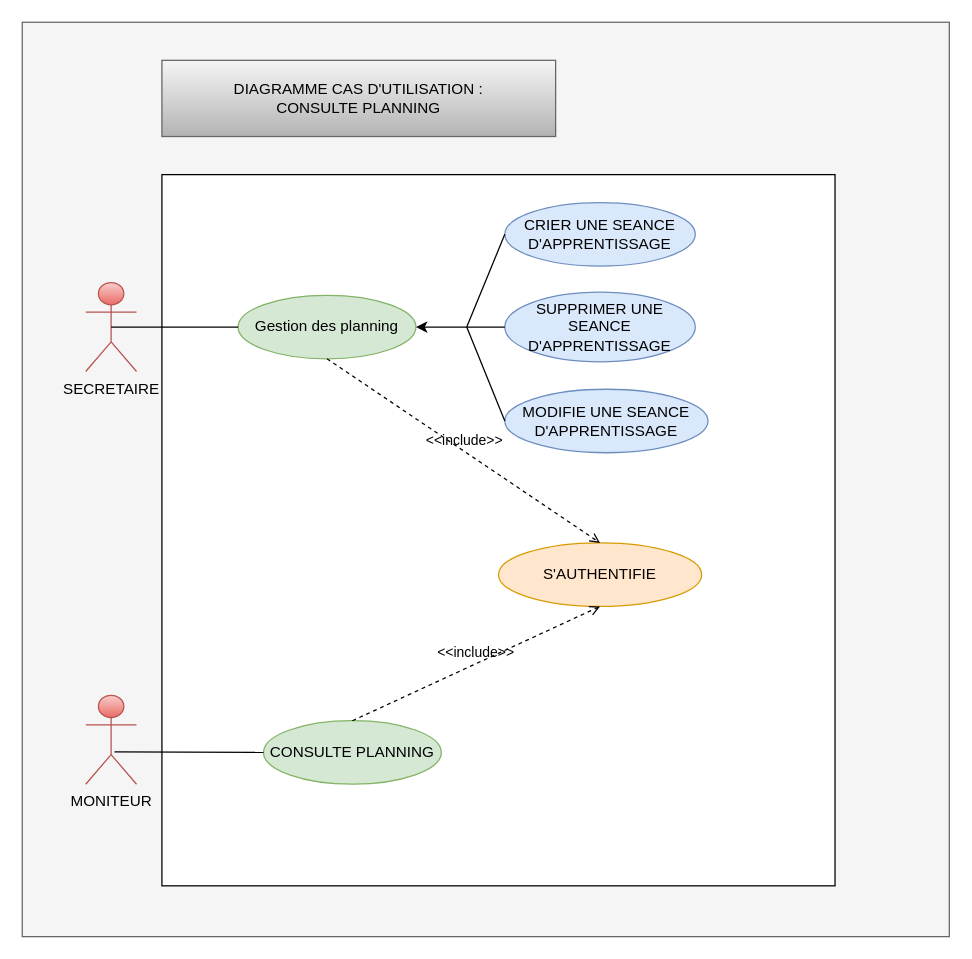
Earlier version of the draw.io diagram Diagrams/hamid-final/drawio/d-cas-utilisation-Gestion des planning.drawio (Anesouali007/AutoSchool-Manager). Source tidied: cells renumbered, new cells numbered last; positions are measured from the earlier drawing's top-left corner, leaving out a move shared by most shapes. Both pictures are drawn from the tidied source at 127%, with x=0, y=0 at pixel (22, 22).
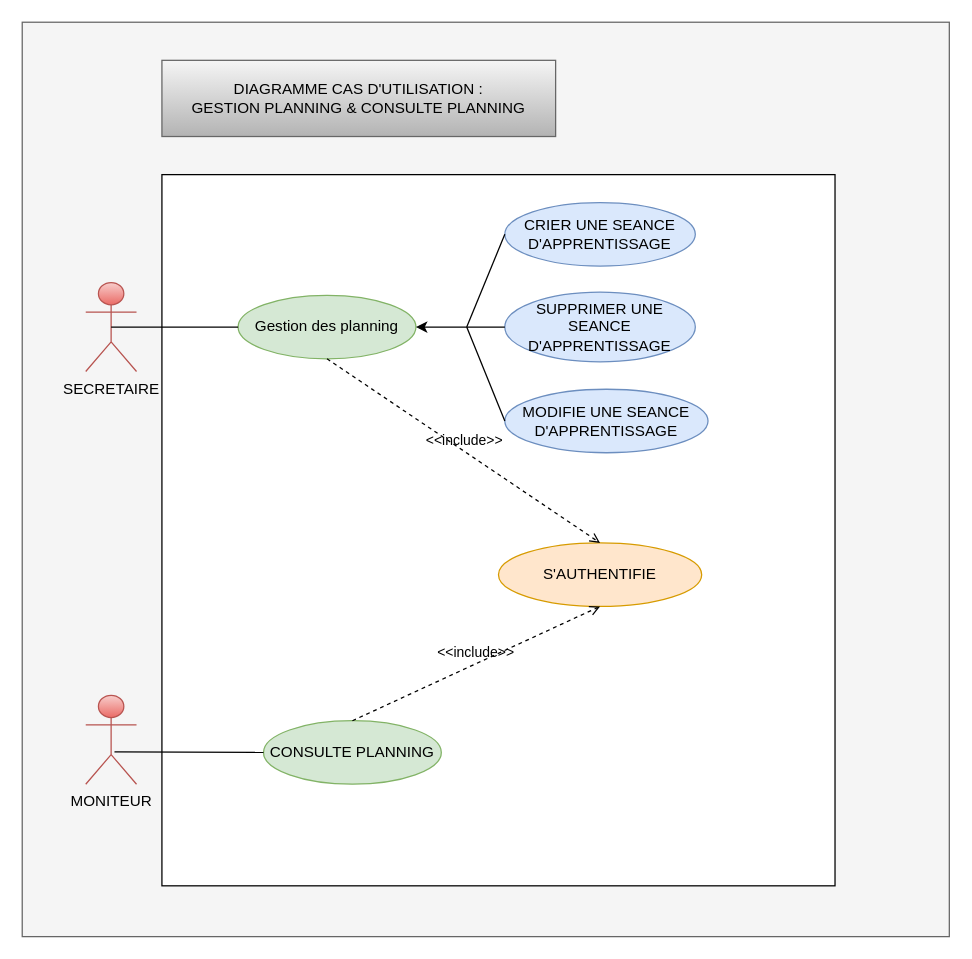
After the change.

Diff of the diagram source:
```diff
@@
-    <mxCell id="19" value="DIAGRAMME CAS D'UTILISATION :&lt;br&gt;CONSULTE PLANNING" style="rounded=0;whiteSpace=wrap;html=1;fillColor=#f5f5f5;gradientColor=#b3b3b3;strokeColor=#666666;" parent="1" vertex="1">
+    <mxCell id="19" value="DIAGRAMME CAS D'UTILISATION :&lt;br&gt;GESTION PLANNING &amp;amp; CONSULTE PLANNING" style="rounded=0;whiteSpace=wrap;html=1;fillColor=#f5f5f5;gradientColor=#b3b3b3;strokeColor=#666666;" parent="1" vertex="1">
       <mxGeometry x="110" y="30" width="310" height="60" as="geometry" />
     </mxCell>
```
